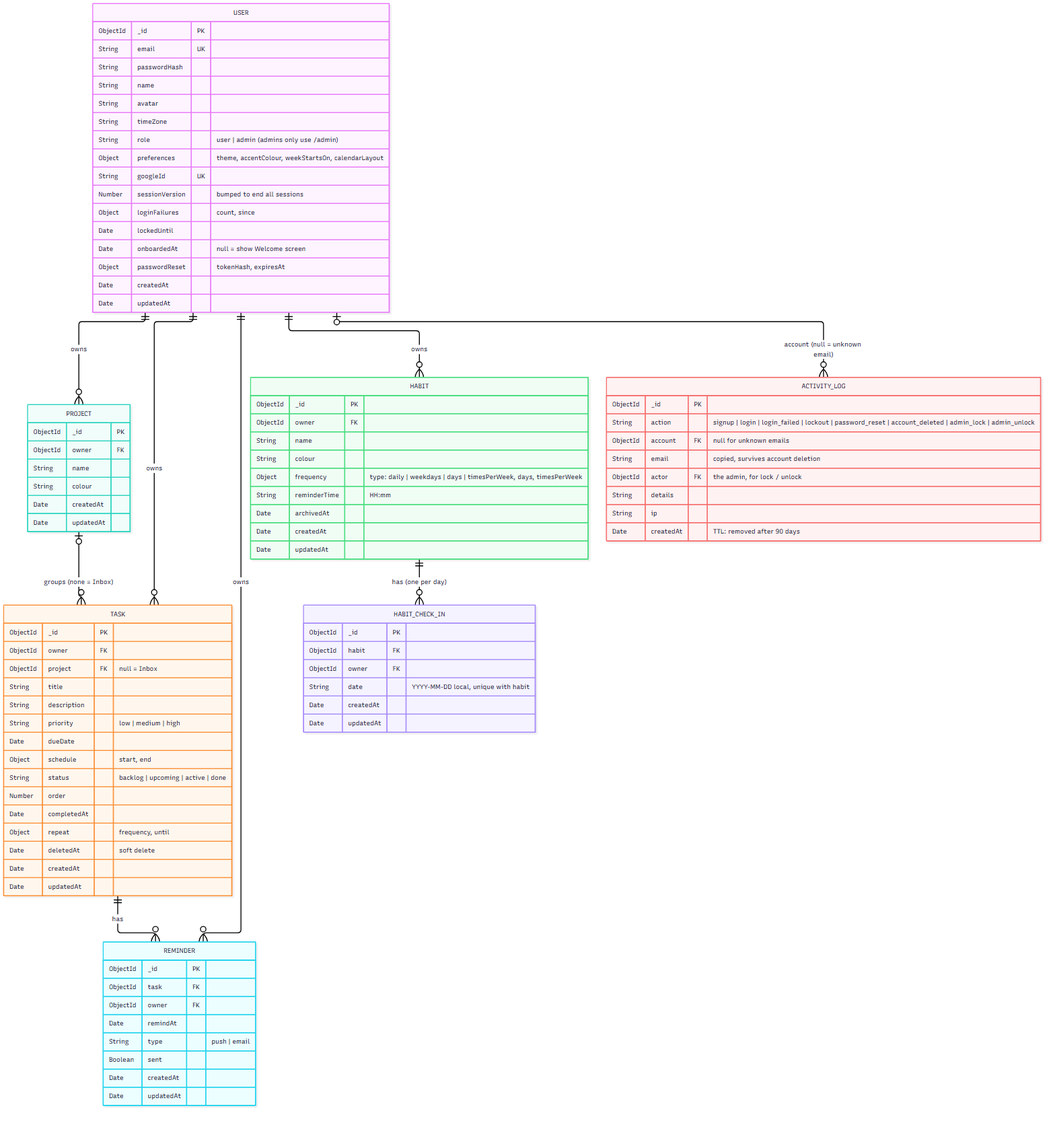
Above: docs/erd.png in khang-ngo4444/VCD_Agendal (Mermaid), before the change. Its source is kept beside it as docs/erd.mmd.
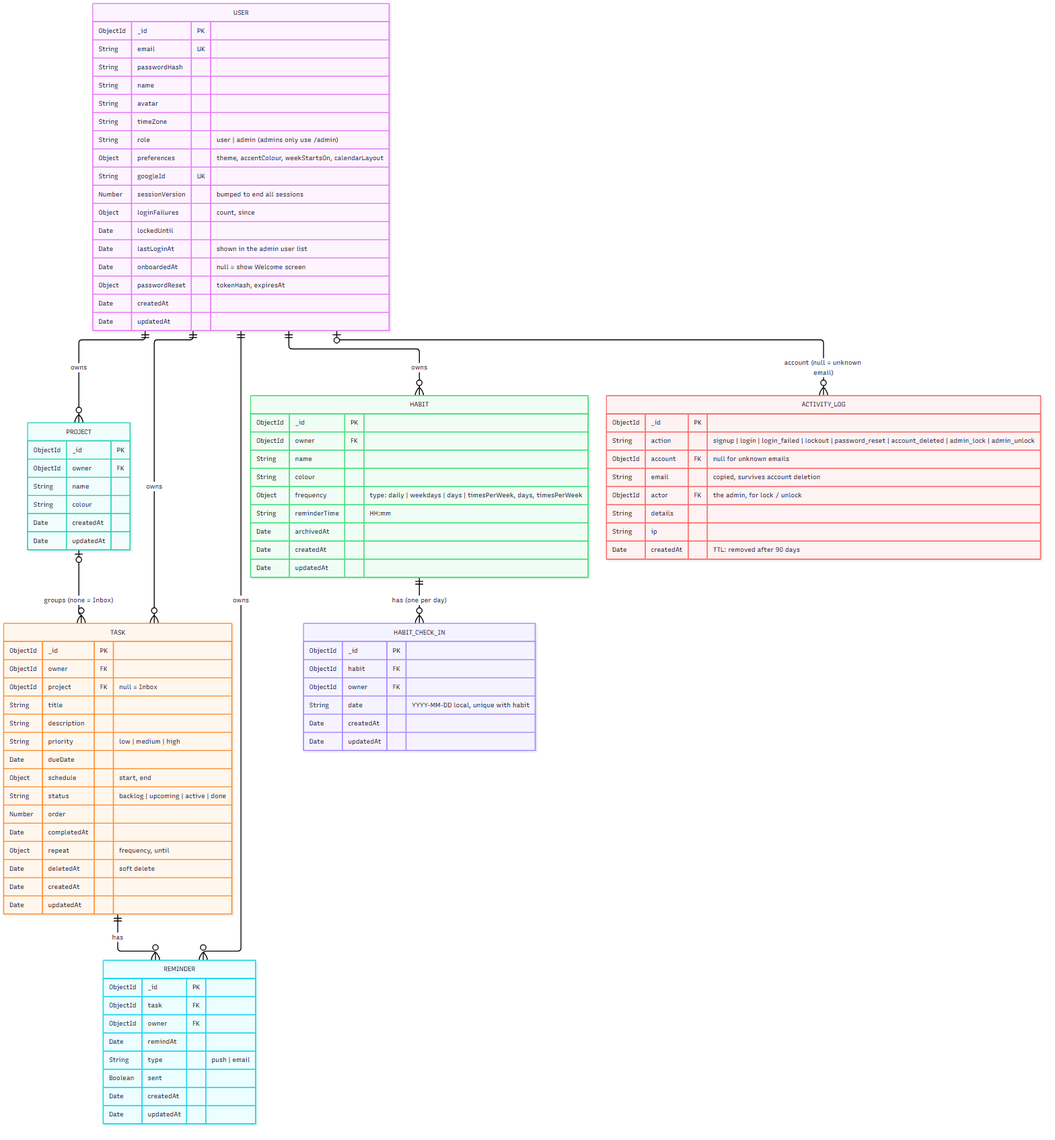
After the change.

Diff of the diagram source:
```diff
@@ -21,6 +21,7 @@
         Number sessionVersion "bumped to end all sessions"
         Object loginFailures "count, since"
         Date lockedUntil
+        Date lastLoginAt "shown in the admin user list"
         Date onboardedAt "null = show Welcome screen"
         Object passwordReset "tokenHash, expiresAt"
         Date createdAt
```
